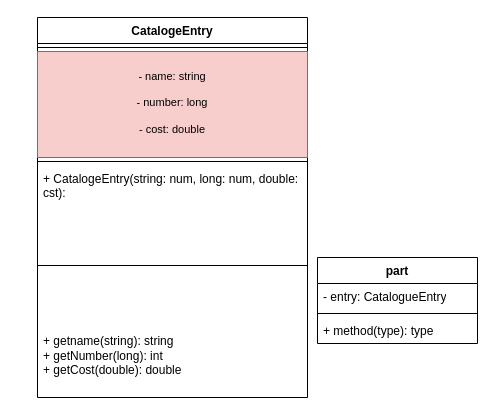
Above: Untitled Diagram.drawio in AhmedButtar7/testrepo (draw.io), before the change. Source tidied: cells renumbered, new cells numbered last; positions are measured from the earlier drawing's top-left corner, leaving out a move shared by most shapes. Both pictures are drawn from the tidied source at 100%, with x=0, y=0 at pixel (37, 17).
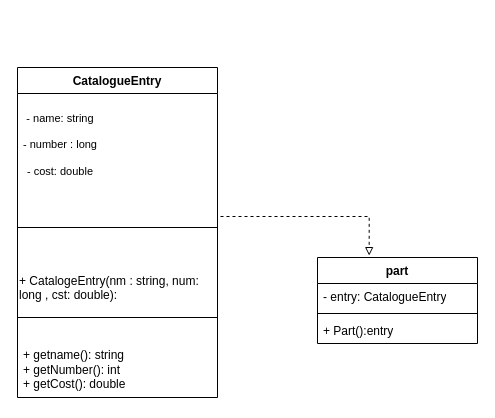
Above is the later version.

The edit, as a diff of the source:
```diff
@@
 <mxGraphModel>
   <root>
     <mxCell id="0" />
     <mxCell id="1" parent="0" />
-    <mxCell id="2" value="CatalogeEntry" style="swimlane;fontStyle=1;align=center;verticalAlign=top;horizontal=1;startSize=26;whiteSpace=wrap;html=1;" parent="1" vertex="1">
-      <mxGeometry width="270" height="380" as="geometry" />
-    </mxCell>
-    <mxCell id="3" style="line;strokeWidth=1;fillColor=none;align=left;verticalAlign=middle;spacingTop=-1;spacingLeft=3;spacingRight=3;labelPosition=right;strokeColor=inherit;" parent="2" vertex="1">
-      <mxGeometry y="26" width="270" height="8" as="geometry" />
-    </mxCell>
-    <mxCell id="4" value="&lt;p style=&quot;line-height: 140%; font-size: 11px;&quot;&gt;- name: string&lt;/p&gt;&lt;p style=&quot;line-height: 140%; font-size: 11px;&quot;&gt;- number: long&lt;/p&gt;&lt;p style=&quot;line-height: 140%; font-size: 11px;&quot;&gt;- cost: double&lt;/p&gt;&lt;p&gt;&lt;/p&gt;" style="text;strokeColor=#b85450;fillColor=#f8cecc;align=center;verticalAlign=top;spacingLeft=4;spacingRight=4;overflow=hidden;whiteSpace=wrap;html=1;" parent="2" vertex="1">
-      <mxGeometry y="34" width="270" height="106" as="geometry" />
-    </mxCell>
-    <mxCell id="5" style="line;strokeWidth=1;fillColor=none;align=left;verticalAlign=middle;spacingTop=-1;spacingLeft=3;spacingRight=3;labelPosition=right;strokeColor=inherit;" parent="2" vertex="1">
-      <mxGeometry y="140" width="270" height="8" as="geometry" />
-    </mxCell>
-    <mxCell id="6" value="+ CatalogeEntry(string: num, long: num, double: cst):&amp;nbsp;" style="text;strokeColor=none;fillColor=none;align=left;verticalAlign=top;spacingLeft=4;spacingRight=4;overflow=hidden;whiteSpace=wrap;html=1;" parent="2" vertex="1">
-      <mxGeometry y="148" width="270" height="52" as="geometry" />
-    </mxCell>
-    <mxCell id="7" style="line;strokeWidth=1;fillColor=none;align=left;verticalAlign=middle;spacingTop=-1;spacingLeft=3;spacingRight=3;labelPosition=right;strokeColor=inherit;" parent="2" vertex="1">
-      <mxGeometry y="200" width="270" height="96" as="geometry" />
-    </mxCell>
-    <mxCell id="8" value="&#10;+ getname(string): string&amp;nbsp;&lt;br style=&quot;border-color: var(--border-color);&quot;&gt;+ getNumber(long): int&lt;br style=&quot;border-color: var(--border-color);&quot;&gt;+ getCost(double): double&lt;br style=&quot;border-color: var(--border-color);&quot;&gt;&amp;nbsp;&lt;div style=&quot;border-color: var(--border-color);&quot;&gt;&lt;br style=&quot;border-color: var(--border-color); color: rgb(0, 0, 0); font-family: Helvetica; font-size: 12px; font-style: normal; font-variant-ligatures: normal; font-variant-caps: normal; font-weight: 400; letter-spacing: normal; orphans: 2; text-align: left; text-indent: 0px; text-transform: none; widows: 2; word-spacing: 0px; -webkit-text-stroke-width: 0px; background-color: rgb(251, 251, 251); text-decoration-thickness: initial; text-decoration-style: initial; text-decoration-color: initial;&quot;&gt;&#10;&#10;&lt;/div&gt;" style="text;strokeColor=none;fillColor=none;align=left;verticalAlign=top;spacingLeft=4;spacingRight=4;overflow=hidden;whiteSpace=wrap;html=1;" parent="2" vertex="1">
-      <mxGeometry y="296" width="270" height="84" as="geometry" />
-    </mxCell>
     <mxCell id="9" value="part" style="swimlane;fontStyle=1;align=center;verticalAlign=top;horizontal=1;startSize=26;whiteSpace=wrap;html=1;" parent="1" vertex="1">
       <mxGeometry x="280" y="240" width="160" height="86" as="geometry" />
     </mxCell>
     <mxCell id="10" value="- entry: CatalogueEntry" style="text;strokeColor=none;fillColor=none;align=left;verticalAlign=top;spacingLeft=4;spacingRight=4;overflow=hidden;whiteSpace=wrap;html=1;" parent="9" vertex="1">
       <mxGeometry y="26" width="160" height="26" as="geometry" />
     </mxCell>
     <mxCell id="11" style="line;strokeWidth=1;fillColor=none;align=left;verticalAlign=middle;spacingTop=-1;spacingLeft=3;spacingRight=3;labelPosition=right;strokeColor=inherit;" parent="9" vertex="1">
       <mxGeometry y="52" width="160" height="8" as="geometry" />
     </mxCell>
-    <mxCell id="12" value="+ method(type): type" style="text;strokeColor=none;fillColor=none;align=left;verticalAlign=top;spacingLeft=4;spacingRight=4;overflow=hidden;whiteSpace=wrap;html=1;" parent="9" vertex="1">
+    <mxCell id="12" value="+ Part():entry" style="text;strokeColor=none;fillColor=none;align=left;verticalAlign=top;spacingLeft=4;spacingRight=4;overflow=hidden;whiteSpace=wrap;html=1;" parent="9" vertex="1">
       <mxGeometry y="60" width="160" height="26" as="geometry" />
     </mxCell>
+    <mxCell id="13" value="CatalogueEntry" style="swimlane;fontStyle=1;align=center;verticalAlign=top;horizontal=1;startSize=26;whiteSpace=wrap;html=1;" parent="1" vertex="1">
+      <mxGeometry x="-20" y="50" width="200" height="330" as="geometry" />
+    </mxCell>
+    <mxCell id="14" value="&lt;p style=&quot;border-color: var(--border-color); text-align: center; line-height: 15.4px; font-size: 11px;&quot;&gt;- name: string&lt;/p&gt;&lt;p style=&quot;border-color: var(--border-color); text-align: center; line-height: 15.4px; font-size: 11px;&quot;&gt;- number : long&lt;/p&gt;&lt;p style=&quot;border-color: var(--border-color); text-align: center; line-height: 15.4px; font-size: 11px;&quot;&gt;- cost: double&lt;/p&gt;" style="text;strokeColor=none;fillColor=none;align=left;verticalAlign=top;spacingLeft=4;spacingRight=4;overflow=hidden;whiteSpace=wrap;html=1;" parent="13" vertex="1">
+      <mxGeometry y="26" width="200" height="94" as="geometry" />
+    </mxCell>
+    <mxCell id="15" style="line;strokeWidth=1;fillColor=none;align=left;verticalAlign=middle;spacingTop=-1;spacingLeft=3;spacingRight=3;labelPosition=right;strokeColor=inherit;" parent="13" vertex="1">
+      <mxGeometry y="120" width="200" height="80" as="geometry" />
+    </mxCell>
+    <mxCell id="16" value="+ CatalogeEntry(nm : string, num: long , cst: double):" style="text;whiteSpace=wrap;html=1;" parent="13" vertex="1">
+      <mxGeometry y="200" width="200" height="40" as="geometry" />
+    </mxCell>
+    <mxCell id="17" style="line;strokeWidth=1;fillColor=none;align=left;verticalAlign=middle;spacingTop=-1;spacingLeft=3;spacingRight=3;labelPosition=right;strokeColor=inherit;" parent="13" vertex="1">
+      <mxGeometry y="240" width="200" height="20" as="geometry" />
+    </mxCell>
+    <mxCell id="18" value="&lt;br style=&quot;border-color: var(--border-color);&quot;&gt;+ getname(): string&amp;nbsp;&lt;br style=&quot;border-color: var(--border-color);&quot;&gt;+ getNumber(): int&lt;br style=&quot;border-color: var(--border-color);&quot;&gt;+ getCost(): double&lt;br style=&quot;border-color: var(--border-color);&quot;&gt;&amp;nbsp;&lt;div style=&quot;border-color: var(--border-color);&quot;&gt;&lt;br style=&quot;border-color: var(--border-color);&quot;&gt;&lt;br style=&quot;border-color: var(--border-color);&quot;&gt;&lt;/div&gt;" style="text;strokeColor=none;fillColor=none;align=left;verticalAlign=top;spacingLeft=4;spacingRight=4;overflow=hidden;whiteSpace=wrap;html=1;" parent="13" vertex="1">
+      <mxGeometry y="260" width="200" height="70" as="geometry" />
+    </mxCell>
+    <mxCell id="19" style="edgeStyle=elbowEdgeStyle;html=1;endArrow=block;elbow=vertical;endFill=0;dashed=1;rounded=0;entryX=0.323;entryY=-0.022;entryDx=0;entryDy=0;entryPerimeter=0;" parent="1" edge="1" target="9">
+      <mxGeometry relative="1" as="geometry">
+        <mxPoint x="180" y="160" as="sourcePoint" />
+      </mxGeometry>
+    </mxCell>
   </root>
 </mxGraphModel>
```
